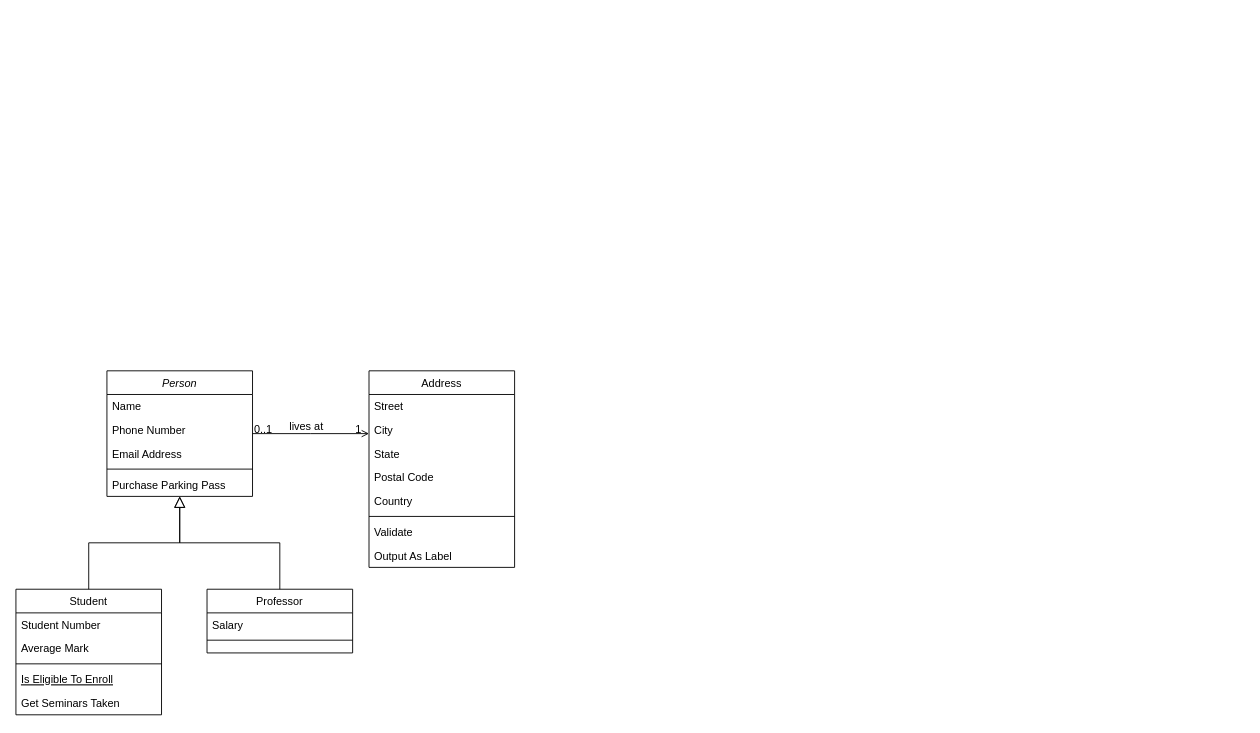
This is Memo.drawio from rlagudtn/Memo, a draw.io file, before an edit. Source tidied: cells renumbered, new cells numbered last; positions are measured from the earlier drawing's top-left corner, leaving out a move shared by most shapes. Both pictures are drawn from the tidied source at 91%, with x=0, y=0 at pixel (15, 370).
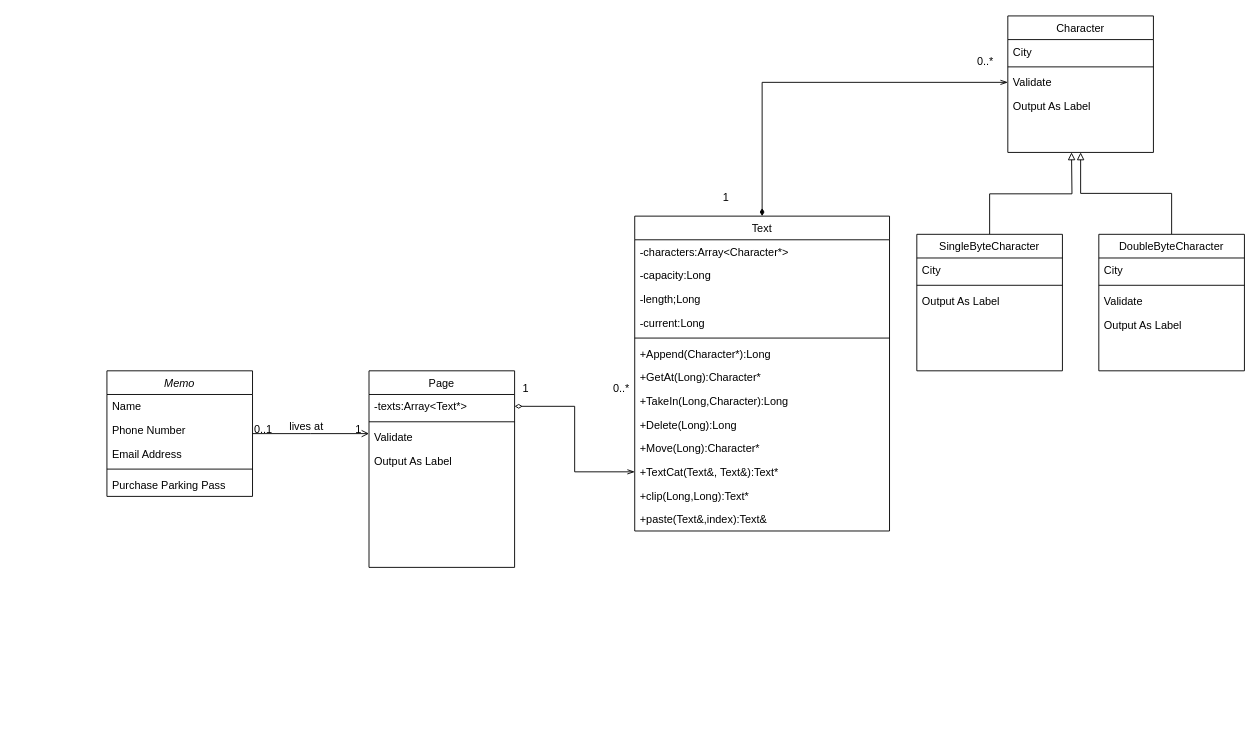
The same diagram, later.

Commit message:
Text.h/cpp

What changed in the source:
```diff
@@
-    <mxCell id="2" value="Person" style="swimlane;fontStyle=2;align=center;verticalAlign=top;horizontal=1;startSize=26;rounded=0;shadow=0;strokeWidth=1;" parent="1" vertex="1">
+    <mxCell id="2" value="Memo" style="swimlane;fontStyle=2;align=center;verticalAlign=top;horizontal=1;startSize=26;rounded=0;shadow=0;strokeWidth=1;" parent="1" vertex="1">
       <mxGeometry x="100" width="160" height="138" as="geometry" />
     </mxCell>
@@
-    <mxCell id="8" value="Student" style="swimlane;fontStyle=0;align=center;verticalAlign=top;horizontal=1;startSize=26;rounded=0;shadow=0;strokeWidth=1;" parent="1" vertex="1">
-      <mxGeometry y="240" width="160" height="138" as="geometry" />
-    </mxCell>
-    <mxCell id="9" value="Student Number" style="text;align=left;verticalAlign=top;spacingLeft=4;spacingRight=4;overflow=hidden;" parent="8" vertex="1">
-      <mxGeometry y="26" width="160" height="26" as="geometry" />
-    </mxCell>
-    <mxCell id="10" value="Average Mark" style="text;align=left;verticalAlign=top;spacingLeft=4;spacingRight=4;overflow=hidden;rounded=0;shadow=0;html=0;" parent="8" vertex="1">
-      <mxGeometry y="52" width="160" height="26" as="geometry" />
-    </mxCell>
-    <mxCell id="11" style="line;html=1;strokeWidth=1;align=left;verticalAlign=middle;spacingTop=-1;spacingLeft=3;spacingRight=3;labelPosition=right;" parent="8" vertex="1">
-      <mxGeometry y="78" width="160" height="8" as="geometry" />
-    </mxCell>
-    <mxCell id="12" value="Is Eligible To Enroll" style="text;align=left;verticalAlign=top;spacingLeft=4;spacingRight=4;overflow=hidden;fontStyle=4;" parent="8" vertex="1">
-      <mxGeometry y="86" width="160" height="26" as="geometry" />
-    </mxCell>
-    <mxCell id="13" value="Get Seminars Taken" style="text;align=left;verticalAlign=top;spacingLeft=4;spacingRight=4;overflow=hidden;" parent="8" vertex="1">
-      <mxGeometry y="112" width="160" height="26" as="geometry" />
-    </mxCell>
-    <mxCell id="14" style="endArrow=block;endSize=10;endFill=0;shadow=0;strokeWidth=1;rounded=0;edgeStyle=elbowEdgeStyle;elbow=vertical;" parent="1" edge="1" source="8" target="2">
-      <mxGeometry relative="1" as="geometry" />
-    </mxCell>
-    <mxCell id="15" value="Professor" style="swimlane;fontStyle=0;align=center;verticalAlign=top;horizontal=1;startSize=26;rounded=0;shadow=0;strokeWidth=1;" parent="1" vertex="1">
-      <mxGeometry x="210" y="240" width="160" height="70" as="geometry" />
-    </mxCell>
-    <mxCell id="16" value="Salary" style="text;align=left;verticalAlign=top;spacingLeft=4;spacingRight=4;overflow=hidden;" parent="15" vertex="1">
-      <mxGeometry y="26" width="160" height="26" as="geometry" />
-    </mxCell>
-    <mxCell id="17" style="line;html=1;strokeWidth=1;align=left;verticalAlign=middle;spacingTop=-1;spacingLeft=3;spacingRight=3;labelPosition=right;" parent="15" vertex="1">
-      <mxGeometry y="52" width="160" height="8" as="geometry" />
-    </mxCell>
-    <mxCell id="18" style="endArrow=block;endSize=10;endFill=0;shadow=0;strokeWidth=1;rounded=0;edgeStyle=elbowEdgeStyle;elbow=vertical;" parent="1" edge="1" source="15" target="2">
-      <mxGeometry relative="1" as="geometry" />
-    </mxCell>
-    <mxCell id="19" value="Address" style="swimlane;fontStyle=0;align=center;verticalAlign=top;horizontal=1;startSize=26;rounded=0;shadow=0;strokeWidth=1;" parent="1" vertex="1">
+    <mxCell id="19" value="Page" style="swimlane;fontStyle=0;align=center;verticalAlign=top;horizontal=1;startSize=26;rounded=0;shadow=0;strokeWidth=1;" parent="1" vertex="1">
       <mxGeometry x="388" width="160" height="216" as="geometry" />
     </mxCell>
-    <mxCell id="20" value="Street" style="text;align=left;verticalAlign=top;spacingLeft=4;spacingRight=4;overflow=hidden;" parent="19" vertex="1">
-      <mxGeometry y="26" width="160" height="26" as="geometry" />
-    </mxCell>
-    <mxCell id="21" value="City" style="text;align=left;verticalAlign=top;spacingLeft=4;spacingRight=4;overflow=hidden;points=[[0,0.5],[1,0.5]];portConstraint=eastwest;rounded=0;shadow=0;html=0;" parent="19" vertex="1">
-      <mxGeometry y="52" width="160" height="26" as="geometry" />
+    <mxCell id="21" value="-texts:Array&lt;Text*&gt;" style="text;align=left;verticalAlign=top;spacingLeft=4;spacingRight=4;overflow=hidden;points=[[0,0.5],[1,0.5]];portConstraint=eastwest;rounded=0;shadow=0;html=0;" parent="19" vertex="1">
+      <mxGeometry y="26" width="160" height="26" as="geometry" />
     </mxCell>
-    <mxCell id="22" value="State" style="text;align=left;verticalAlign=top;spacingLeft=4;spacingRight=4;overflow=hidden;rounded=0;shadow=0;html=0;" parent="19" vertex="1">
-      <mxGeometry y="78" width="160" height="26" as="geometry" />
-    </mxCell>
-    <mxCell id="23" value="Postal Code" style="text;align=left;verticalAlign=top;spacingLeft=4;spacingRight=4;overflow=hidden;rounded=0;shadow=0;html=0;" parent="19" vertex="1">
-      <mxGeometry y="104" width="160" height="26" as="geometry" />
-    </mxCell>
-    <mxCell id="24" value="Country" style="text;align=left;verticalAlign=top;spacingLeft=4;spacingRight=4;overflow=hidden;rounded=0;shadow=0;html=0;" parent="19" vertex="1">
-      <mxGeometry y="130" width="160" height="26" as="geometry" />
-    </mxCell>
     <mxCell id="25" style="line;html=1;strokeWidth=1;align=left;verticalAlign=middle;spacingTop=-1;spacingLeft=3;spacingRight=3;labelPosition=right;" parent="19" vertex="1">
-      <mxGeometry y="156" width="160" height="8" as="geometry" />
+      <mxGeometry y="52" width="160" height="8" as="geometry" />
     </mxCell>
     <mxCell id="26" value="Validate" style="text;align=left;verticalAlign=top;spacingLeft=4;spacingRight=4;overflow=hidden;" parent="19" vertex="1">
-      <mxGeometry y="164" width="160" height="26" as="geometry" />
+      <mxGeometry y="60" width="160" height="26" as="geometry" />
     </mxCell>
     <mxCell id="27" value="Output As Label" style="text;align=left;verticalAlign=top;spacingLeft=4;spacingRight=4;overflow=hidden;" parent="19" vertex="1">
-      <mxGeometry y="190" width="160" height="26" as="geometry" />
+      <mxGeometry y="86" width="160" height="26" as="geometry" />
     </mxCell>
@@
+    <mxCell id="32" style="edgeStyle=orthogonalEdgeStyle;rounded=0;jettySize=auto;html=1;exitX=0.5;exitY=0;exitDx=0;exitDy=0;entryX=0;entryY=0.5;entryDx=0;entryDy=0;endArrow=openThin;endFill=0;startArrow=diamondThin;startFill=1;" parent="1" edge="1" source="33" target="61">
+      <mxGeometry relative="1" as="geometry">
+        <Array as="points">
+          <mxPoint x="820" y="-317" />
+        </Array>
+      </mxGeometry>
+    </mxCell>
+    <mxCell id="33" value="Text" style="swimlane;fontStyle=0;align=center;verticalAlign=top;horizontal=1;startSize=26;rounded=0;shadow=0;strokeWidth=1;" parent="1" vertex="1">
+      <mxGeometry x="680" y="-170" width="280" height="346" as="geometry" />
+    </mxCell>
+    <mxCell id="34" value="-characters:Array&lt;Character*&gt;" style="text;align=left;verticalAlign=top;spacingLeft=4;spacingRight=4;overflow=hidden;rounded=0;shadow=0;html=0;" parent="33" vertex="1">
+      <mxGeometry y="26" width="280" height="26" as="geometry" />
+    </mxCell>
+    <mxCell id="35" value="-capacity:Long" style="text;align=left;verticalAlign=top;spacingLeft=4;spacingRight=4;overflow=hidden;rounded=0;shadow=0;html=0;" parent="33" vertex="1">
+      <mxGeometry y="52" width="280" height="26" as="geometry" />
+    </mxCell>
+    <mxCell id="36" value="-length;Long" style="text;align=left;verticalAlign=top;spacingLeft=4;spacingRight=4;overflow=hidden;rounded=0;shadow=0;html=0;" parent="33" vertex="1">
+      <mxGeometry y="78" width="280" height="26" as="geometry" />
+    </mxCell>
+    <mxCell id="37" value="-current:Long" style="text;align=left;verticalAlign=top;spacingLeft=4;spacingRight=4;overflow=hidden;rounded=0;shadow=0;html=0;" parent="33" vertex="1">
+      <mxGeometry y="104" width="280" height="26" as="geometry" />
+    </mxCell>
+    <mxCell id="38" style="line;html=1;strokeWidth=1;align=left;verticalAlign=middle;spacingTop=-1;spacingLeft=3;spacingRight=3;labelPosition=right;" parent="33" vertex="1">
+      <mxGeometry y="130" width="280" height="8" as="geometry" />
+    </mxCell>
+    <mxCell id="39" value="+Append(Character*):Long" style="text;align=left;verticalAlign=top;spacingLeft=4;spacingRight=4;overflow=hidden;" parent="33" vertex="1">
+      <mxGeometry y="138" width="280" height="26" as="geometry" />
+    </mxCell>
+    <mxCell id="40" value="+GetAt(Long):Character*" style="text;align=left;verticalAlign=top;spacingLeft=4;spacingRight=4;overflow=hidden;" parent="33" vertex="1">
+      <mxGeometry y="164" width="280" height="26" as="geometry" />
+    </mxCell>
+    <mxCell id="41" value="+TakeIn(Long,Character):Long" style="text;align=left;verticalAlign=top;spacingLeft=4;spacingRight=4;overflow=hidden;" parent="33" vertex="1">
+      <mxGeometry y="190" width="280" height="26" as="geometry" />
+    </mxCell>
+    <mxCell id="42" value="+Delete(Long):Long" style="text;align=left;verticalAlign=top;spacingLeft=4;spacingRight=4;overflow=hidden;" parent="33" vertex="1">
+      <mxGeometry y="216" width="280" height="26" as="geometry" />
+    </mxCell>
+    <mxCell id="43" value="+Move(Long):Character*" style="text;align=left;verticalAlign=top;spacingLeft=4;spacingRight=4;overflow=hidden;" parent="33" vertex="1">
+      <mxGeometry y="242" width="280" height="26" as="geometry" />
+    </mxCell>
+    <mxCell id="44" value="+TextCat(Text&amp;, Text&amp;):Text*" style="text;align=left;verticalAlign=top;spacingLeft=4;spacingRight=4;overflow=hidden;points=[[0,0.5],[1,0.5]];portConstraint=eastwest;" parent="33" vertex="1">
+      <mxGeometry y="268" width="280" height="26" as="geometry" />
+    </mxCell>
+    <mxCell id="45" value="+clip(Long,Long):Text*" style="text;align=left;verticalAlign=top;spacingLeft=4;spacingRight=4;overflow=hidden;" parent="33" vertex="1">
+      <mxGeometry y="294" width="280" height="26" as="geometry" />
+    </mxCell>
+    <mxCell id="46" value="+paste(Text&amp;,index):Text&amp;" style="text;align=left;verticalAlign=top;spacingLeft=4;spacingRight=4;overflow=hidden;" parent="33" vertex="1">
+      <mxGeometry y="320" width="280" height="26" as="geometry" />
+    </mxCell>
+    <mxCell id="47" style="edgeStyle=orthogonalEdgeStyle;rounded=0;jettySize=auto;html=1;exitX=0.5;exitY=0;exitDx=0;exitDy=0;entryX=0.5;entryY=1;entryDx=0;entryDy=0;endArrow=block;endFill=0;" parent="1" edge="1" source="48" target="58">
+      <mxGeometry relative="1" as="geometry" />
+    </mxCell>
+    <mxCell id="48" value="DoubleByteCharacter" style="swimlane;fontStyle=0;align=center;verticalAlign=top;horizontal=1;startSize=26;rounded=0;shadow=0;strokeWidth=1;" parent="1" vertex="1">
+      <mxGeometry x="1190" y="-150" width="160" height="150" as="geometry" />
+    </mxCell>
+    <mxCell id="49" value="City" style="text;align=left;verticalAlign=top;spacingLeft=4;spacingRight=4;overflow=hidden;rounded=0;shadow=0;html=0;" parent="48" vertex="1">
+      <mxGeometry y="26" width="160" height="26" as="geometry" />
+    </mxCell>
+    <mxCell id="50" style="line;html=1;strokeWidth=1;align=left;verticalAlign=middle;spacingTop=-1;spacingLeft=3;spacingRight=3;labelPosition=right;" parent="48" vertex="1">
+      <mxGeometry y="52" width="160" height="8" as="geometry" />
+    </mxCell>
+    <mxCell id="51" value="Validate" style="text;align=left;verticalAlign=top;spacingLeft=4;spacingRight=4;overflow=hidden;" parent="48" vertex="1">
+      <mxGeometry y="60" width="160" height="26" as="geometry" />
+    </mxCell>
+    <mxCell id="52" value="Output As Label" style="text;align=left;verticalAlign=top;spacingLeft=4;spacingRight=4;overflow=hidden;" parent="48" vertex="1">
+      <mxGeometry y="86" width="160" height="26" as="geometry" />
+    </mxCell>
+    <mxCell id="53" style="edgeStyle=orthogonalEdgeStyle;rounded=0;jettySize=auto;html=1;exitX=0.5;exitY=0;exitDx=0;exitDy=0;endArrow=block;endFill=0;" parent="1" edge="1" source="54">
+      <mxGeometry relative="1" as="geometry">
+        <mxPoint x="1160" y="-240" as="targetPoint" />
+      </mxGeometry>
+    </mxCell>
+    <mxCell id="54" value="SingleByteCharacter" style="swimlane;fontStyle=0;align=center;verticalAlign=top;horizontal=1;startSize=26;rounded=0;shadow=0;strokeWidth=1;" parent="1" vertex="1">
+      <mxGeometry x="990" y="-150" width="160" height="150" as="geometry" />
+    </mxCell>
+    <mxCell id="55" value="City" style="text;align=left;verticalAlign=top;spacingLeft=4;spacingRight=4;overflow=hidden;rounded=0;shadow=0;html=0;" parent="54" vertex="1">
+      <mxGeometry y="26" width="160" height="26" as="geometry" />
+    </mxCell>
+    <mxCell id="56" style="line;html=1;strokeWidth=1;align=left;verticalAlign=middle;spacingTop=-1;spacingLeft=3;spacingRight=3;labelPosition=right;" parent="54" vertex="1">
+      <mxGeometry y="52" width="160" height="8" as="geometry" />
+    </mxCell>
+    <mxCell id="57" value="Output As Label" style="text;align=left;verticalAlign=top;spacingLeft=4;spacingRight=4;overflow=hidden;" parent="54" vertex="1">
+      <mxGeometry y="60" width="160" height="26" as="geometry" />
+    </mxCell>
+    <mxCell id="58" value="Character" style="swimlane;fontStyle=0;align=center;verticalAlign=top;horizontal=1;startSize=26;rounded=0;shadow=0;strokeWidth=1;" parent="1" vertex="1">
+      <mxGeometry x="1090" y="-390" width="160" height="150" as="geometry" />
+    </mxCell>
+    <mxCell id="59" value="City" style="text;align=left;verticalAlign=top;spacingLeft=4;spacingRight=4;overflow=hidden;rounded=0;shadow=0;html=0;" parent="58" vertex="1">
+      <mxGeometry y="26" width="160" height="26" as="geometry" />
+    </mxCell>
+    <mxCell id="60" style="line;html=1;strokeWidth=1;align=left;verticalAlign=middle;spacingTop=-1;spacingLeft=3;spacingRight=3;labelPosition=right;" parent="58" vertex="1">
+      <mxGeometry y="52" width="160" height="8" as="geometry" />
+    </mxCell>
+    <mxCell id="61" value="Validate" style="text;align=left;verticalAlign=top;spacingLeft=4;spacingRight=4;overflow=hidden;points=[[0,0.5],[1,0.5]];portConstraint=eastwest;" parent="58" vertex="1">
+      <mxGeometry y="60" width="160" height="26" as="geometry" />
+    </mxCell>
+    <mxCell id="62" value="Output As Label" style="text;align=left;verticalAlign=top;spacingLeft=4;spacingRight=4;overflow=hidden;" parent="58" vertex="1">
+      <mxGeometry y="86" width="160" height="26" as="geometry" />
+    </mxCell>
+    <mxCell id="63" value="0..*" style="text;html=1;align=center;verticalAlign=middle;strokeColor=none;" parent="1" vertex="1">
+      <mxGeometry x="1050" y="-350" width="30" height="20" as="geometry" />
+    </mxCell>
+    <mxCell id="64" value="1" style="text;html=1;align=center;verticalAlign=middle;strokeColor=none;" parent="1" vertex="1">
+      <mxGeometry x="770" y="-200" width="20" height="20" as="geometry" />
+    </mxCell>
+    <mxCell id="65" style="edgeStyle=orthogonalEdgeStyle;rounded=0;jettySize=auto;html=1;exitX=1;exitY=0.5;exitDx=0;exitDy=0;entryX=0;entryY=0.5;entryDx=0;entryDy=0;startArrow=diamondThin;startFill=0;endArrow=openThin;endFill=0;" parent="1" edge="1" source="21" target="44">
+      <mxGeometry relative="1" as="geometry" />
+    </mxCell>
+    <mxCell id="66" value="1" style="text;html=1;align=center;verticalAlign=middle;strokeColor=none;" parent="1" vertex="1">
+      <mxGeometry x="550" y="10" width="20" height="20" as="geometry" />
+    </mxCell>
+    <mxCell id="67" value="0..*" style="text;html=1;align=center;verticalAlign=middle;strokeColor=none;" parent="1" vertex="1">
+      <mxGeometry x="650" y="10" width="30" height="20" as="geometry" />
+    </mxCell>
```
